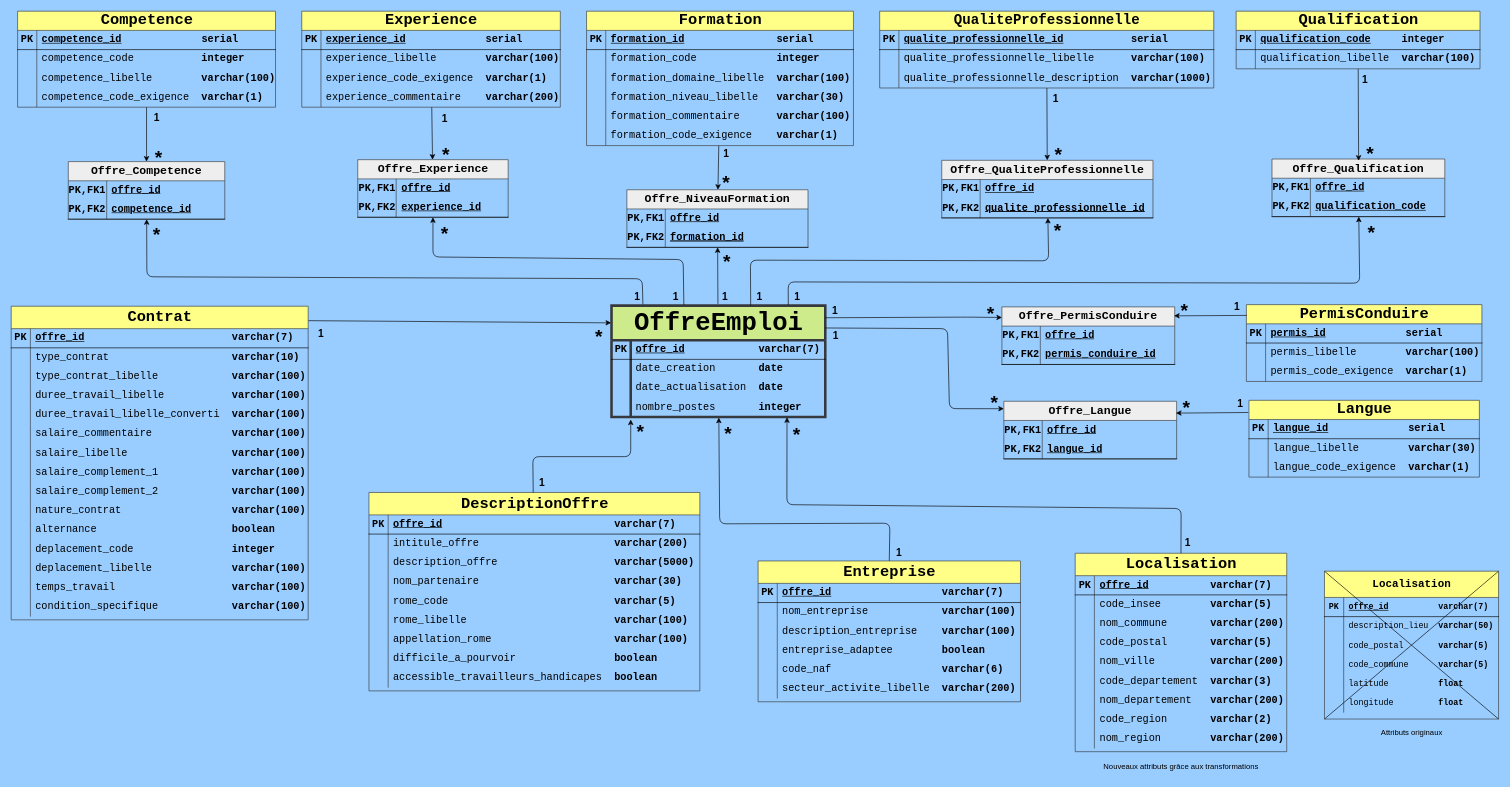
Before: load_sql/UML.drawio in vimchun/Job-Market-in-France, a draw.io diagram. Source tidied: cells renumbered, new cells numbered last; positions are measured from the earlier drawing's top-left corner, leaving out a move shared by most shapes. Both pictures are drawn from the tidied source at 64%, with x=0, y=0 at pixel (11, 11).
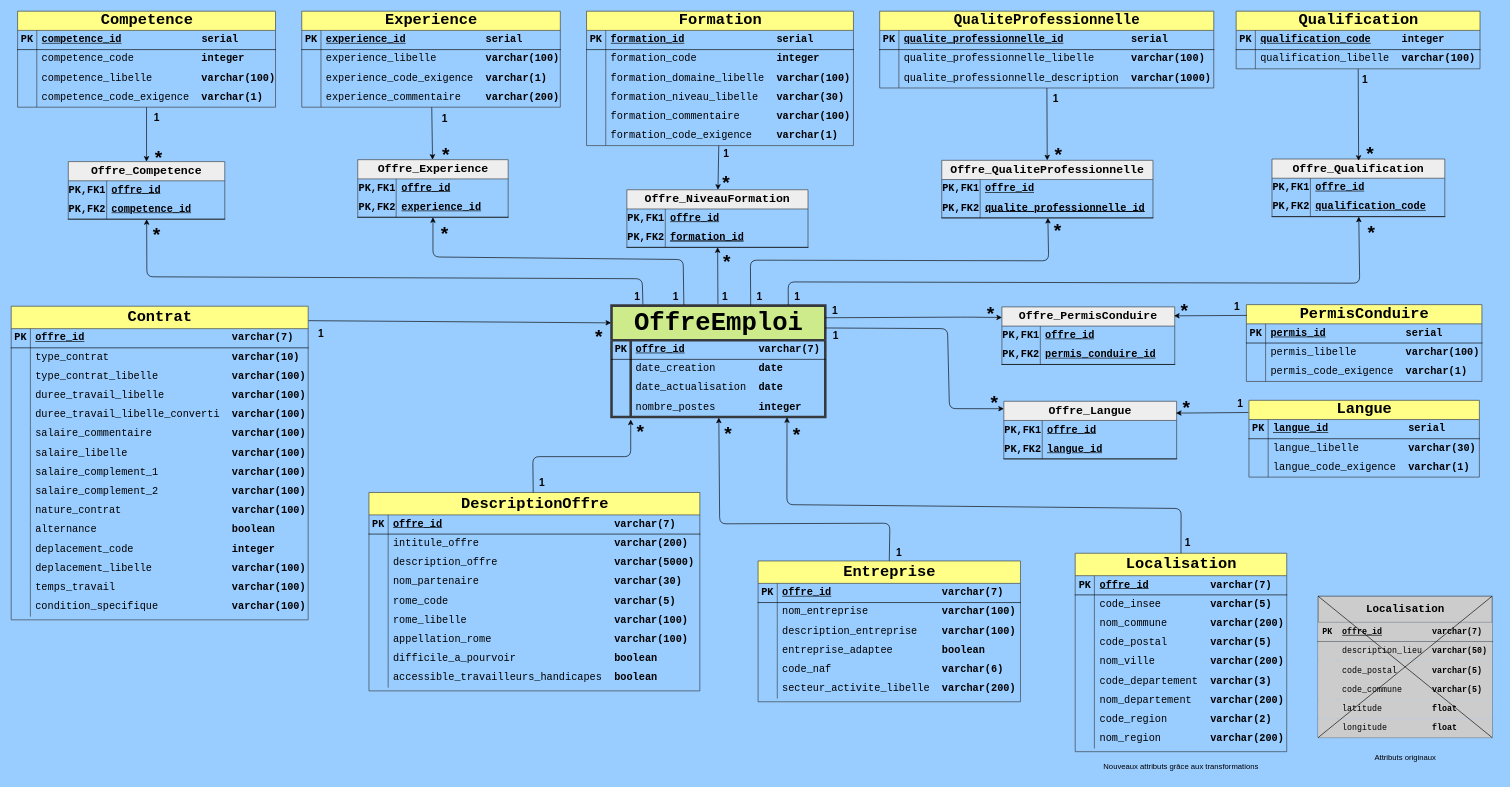
The same diagram, later.

Change to the diagram source:
```diff
@@
-    <mxCell id="322" value="&lt;font style=&quot;font-size: 17px;&quot;&gt;Localisation&lt;/font&gt;" style="shape=table;startSize=41;childLayout=tableLayout;rowLines=0;fontStyle=1;align=center;html=1;fillColor=#ffff88;strokeColor=#36393d;rounded=0;fontFamily=Courier New;fontSize=15;swimlaneHead=1;" parent="1" vertex="1">
-      <mxGeometry x="2052" y="875" width="272" height="231" as="geometry" />
+    <mxCell id="322" value="&lt;font style=&quot;font-size: 17px;&quot;&gt;Localisation&lt;/font&gt;" style="shape=table;startSize=41;childLayout=tableLayout;rowLines=0;fontStyle=1;align=center;html=1;fillColor=#CCCCCC;strokeColor=#36393d;rounded=0;fontFamily=Courier New;fontSize=15;swimlaneHead=1;perimeterSpacing=0;" parent="1" vertex="1">
+      <mxGeometry x="2042" y="914" width="272" height="221" as="geometry" />
     </mxCell>
-    <mxCell id="323" style="shape=tableRow;horizontal=0;startSize=0;swimlaneHead=0;swimlaneBody=0;fillColor=none;top=0;left=0;right=0;bottom=1;rounded=0;fontFamily=Courier New;fontSize=13;fontStyle=4;strokeColor=#000000;" parent="322" vertex="1">
+    <mxCell id="323" style="shape=tableRow;horizontal=0;startSize=0;swimlaneHead=0;swimlaneBody=0;fillColor=#CCCCCC;top=0;left=0;right=0;bottom=1;rounded=0;fontFamily=Courier New;fontSize=13;fontStyle=4;strokeColor=#000000;" parent="322" vertex="1">
       <mxGeometry y="41" width="272" height="30" as="geometry" />
     </mxCell>
@@
-    <mxCell id="326" style="shape=tableRow;horizontal=0;startSize=0;swimlaneHead=0;swimlaneBody=0;fillColor=none;top=0;left=0;right=0;bottom=0;rounded=0;fontFamily=Courier New;fontSize=13;strokeColor=#000000;" parent="322" vertex="1">
+    <mxCell id="326" style="shape=tableRow;horizontal=0;startSize=0;swimlaneHead=0;swimlaneBody=0;fillColor=#CCCCCC;top=0;left=0;right=0;bottom=0;rounded=0;fontFamily=Courier New;fontSize=13;strokeColor=#000000;" parent="322" vertex="1">
       <mxGeometry y="71" width="272" height="30" as="geometry" />
     </mxCell>
@@
-    <mxCell id="329" style="shape=tableRow;horizontal=0;startSize=0;swimlaneHead=0;swimlaneBody=0;fillColor=none;top=0;left=0;right=0;bottom=0;rounded=0;fontFamily=Courier New;fontSize=13;strokeColor=#000000;" parent="322" vertex="1">
+    <mxCell id="329" style="shape=tableRow;horizontal=0;startSize=0;swimlaneHead=0;swimlaneBody=0;fillColor=#CCCCCC;top=0;left=0;right=0;bottom=0;rounded=0;fontFamily=Courier New;fontSize=13;strokeColor=#000000;" parent="322" vertex="1">
       <mxGeometry y="101" width="272" height="30" as="geometry" />
     </mxCell>
@@
-    <mxCell id="332" style="shape=tableRow;horizontal=0;startSize=0;swimlaneHead=0;swimlaneBody=0;fillColor=none;top=0;left=0;right=0;bottom=0;rounded=0;fontFamily=Courier New;fontSize=13;strokeColor=#000000;" parent="322" vertex="1">
+    <mxCell id="332" style="shape=tableRow;horizontal=0;startSize=0;swimlaneHead=0;swimlaneBody=0;fillColor=#CCCCCC;top=0;left=0;right=0;bottom=0;rounded=0;fontFamily=Courier New;fontSize=13;strokeColor=#000000;" parent="322" vertex="1">
       <mxGeometry y="131" width="272" height="30" as="geometry" />
     </mxCell>
@@
-    <mxCell id="335" style="shape=tableRow;horizontal=0;startSize=0;swimlaneHead=0;swimlaneBody=0;fillColor=none;top=0;left=0;right=0;bottom=0;rounded=0;fontFamily=Courier New;fontSize=13;strokeColor=#000000;" parent="322" vertex="1">
+    <mxCell id="335" style="shape=tableRow;horizontal=0;startSize=0;swimlaneHead=0;swimlaneBody=0;fillColor=#CCCCCC;top=0;left=0;right=0;bottom=0;rounded=0;fontFamily=Courier New;fontSize=13;strokeColor=#000000;" parent="322" vertex="1">
       <mxGeometry y="161" width="272" height="30" as="geometry" />
     </mxCell>
@@
-    <mxCell id="338" style="shape=tableRow;horizontal=0;startSize=0;swimlaneHead=0;swimlaneBody=0;fillColor=none;top=0;left=0;right=0;bottom=0;rounded=0;fontFamily=Courier New;fontSize=13;strokeColor=#000000;" parent="322" vertex="1">
+    <mxCell id="338" style="shape=tableRow;horizontal=0;startSize=0;swimlaneHead=0;swimlaneBody=0;fillColor=#CCCCCC;top=0;left=0;right=0;bottom=0;rounded=0;fontFamily=Courier New;fontSize=13;strokeColor=#000000;" parent="322" vertex="1">
       <mxGeometry y="191" width="272" height="30" as="geometry" />
     </mxCell>
@@
     <mxCell id="343" value="Attributs originaux" style="text;html=1;align=center;verticalAlign=middle;whiteSpace=wrap;rounded=0;" parent="1" vertex="1">
-      <mxGeometry x="2131.5" y="1112" width="113" height="30" as="geometry" />
+      <mxGeometry x="2121.5" y="1151" width="113" height="30" as="geometry" />
     </mxCell>
```
